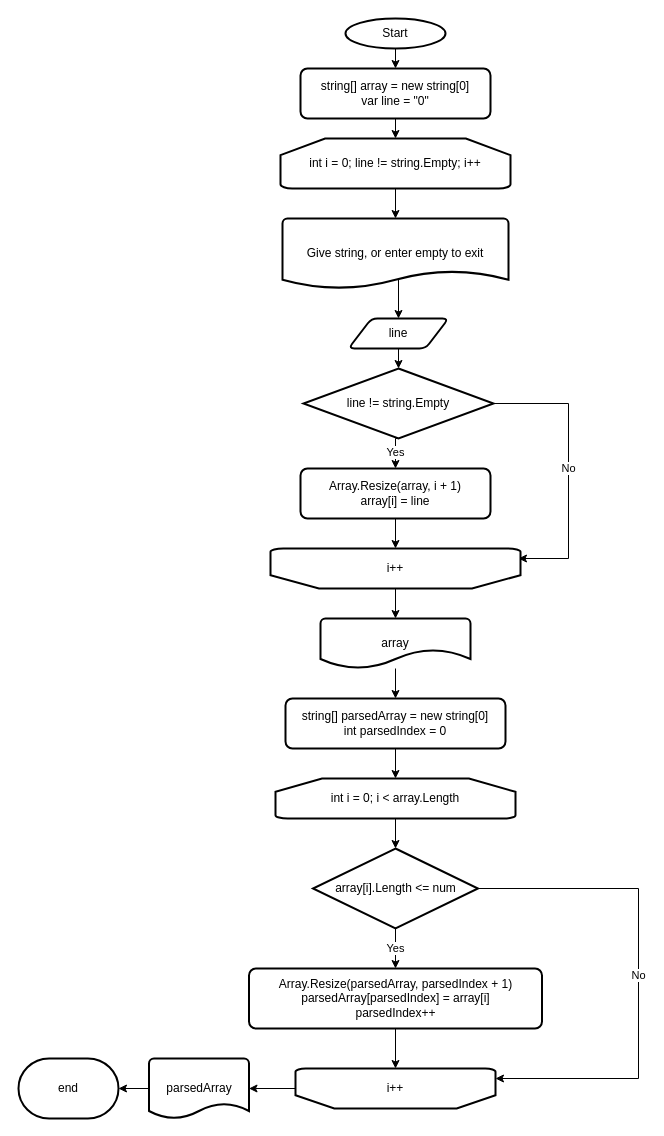
Before: test.drawio in allseenn/speciality, a draw.io diagram. Source tidied: cells renumbered, new cells numbered last; positions are measured from the earlier drawing's top-left corner, leaving out a move shared by most shapes. Both pictures are drawn from the tidied source at 100%, with x=0, y=0 at pixel (18, 18).
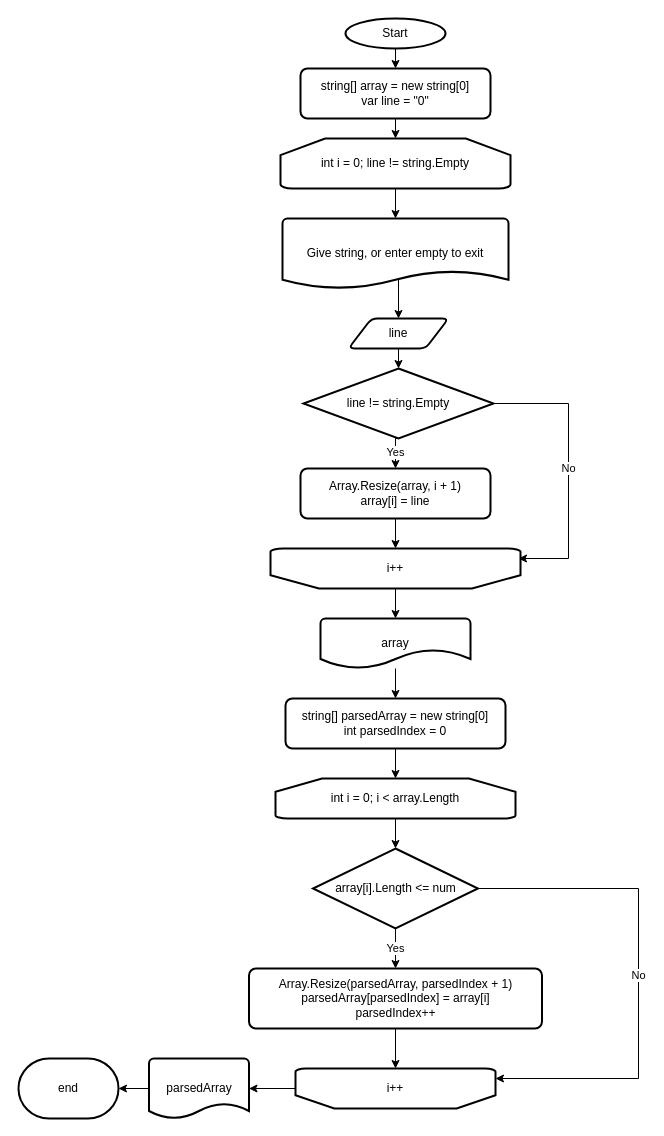
The same page after the edit.

Commit message (it also covers changes not shown here):
some diagram chenges

What changed in the source:
```diff
@@
-    <mxCell id="15" value="int i = 0; line != string.Empty; i++" style="strokeWidth=2;html=1;shape=mxgraph.flowchart.loop_limit;whiteSpace=wrap;" parent="1" vertex="1">
+    <mxCell id="15" value="int i = 0; line != string.Empty" style="strokeWidth=2;html=1;shape=mxgraph.flowchart.loop_limit;whiteSpace=wrap;" parent="1" vertex="1">
       <mxGeometry x="262" y="120" width="230" height="50" as="geometry" />
     </mxCell>
```
